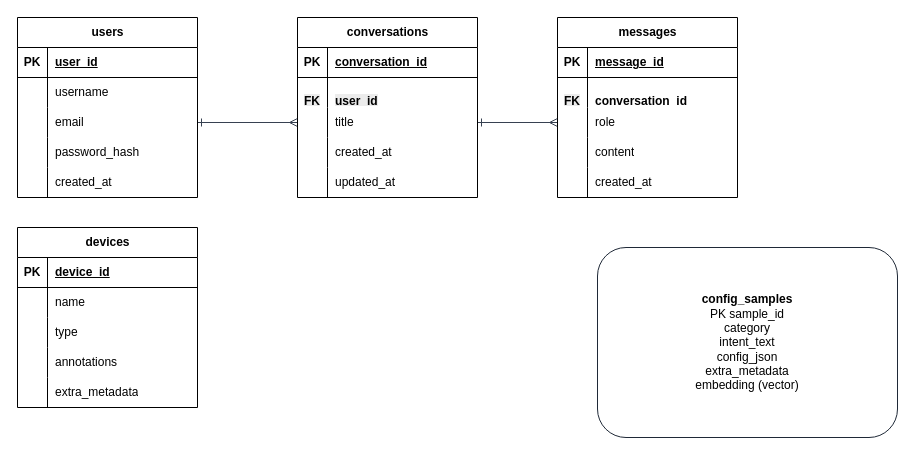
The draw.io diagram page "Copy of Page-1" (2 of 2) of diagram/ERD.drawio in THenryInGH/FYP, before the edit. Source tidied: cells renumbered, new cells numbered last; positions are measured from the earlier drawing's top-left corner, leaving out a move shared by most shapes. Both pictures are drawn from the tidied source at 100%, with x=0, y=0 at pixel (17, 17).
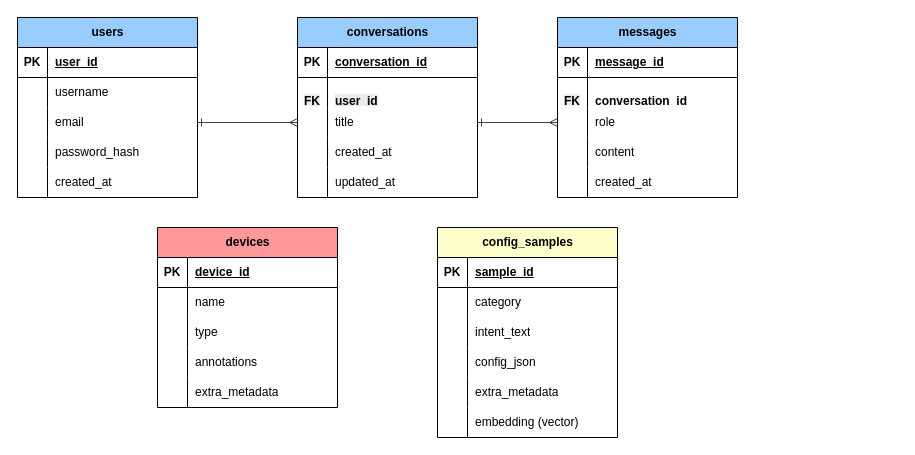
After the change.

Change to the diagram source:
```diff
@@
-    <mxCell id="2" value="&lt;b&gt;config_samples&lt;/b&gt;&lt;br/&gt;PK sample_id&lt;br/&gt;category&lt;br/&gt;intent_text&lt;br/&gt;config_json&lt;br/&gt;extra_metadata&lt;br/&gt;embedding (vector)" style="rounded=1;whiteSpace=wrap;html=1;fillColor=#ffffff;strokeColor=#1f2937;" parent="1" vertex="1">
-      <mxGeometry x="580" y="230" width="300" height="190" as="geometry" />
-    </mxCell>
@@
-    <mxCell id="5" value="&lt;b style=&quot;text-wrap-mode: wrap;&quot;&gt;users&lt;/b&gt;" style="shape=table;startSize=30;childLayout=tableLayout;rowLines=0;fontStyle=1;align=center;html=1;" parent="1" vertex="1">
+    <mxCell id="5" value="&lt;b style=&quot;text-wrap-mode: wrap;&quot;&gt;users&lt;/b&gt;" style="shape=table;startSize=30;childLayout=tableLayout;rowLines=0;fontStyle=1;align=center;html=1;fillColor=#99CCFF;" parent="1" vertex="1">
       <mxGeometry width="180" height="180" as="geometry" />
     </mxCell>
@@
-    <mxCell id="21" value="&lt;b style=&quot;text-wrap-mode: wrap;&quot;&gt;devices&lt;/b&gt;" style="shape=table;startSize=30;childLayout=tableLayout;rowLines=0;fontStyle=1;align=center;html=1;" parent="1" vertex="1">
-      <mxGeometry y="210" width="180" height="180" as="geometry" />
+    <mxCell id="21" value="&lt;b style=&quot;text-wrap-mode: wrap;&quot;&gt;devices&lt;/b&gt;" style="shape=table;startSize=30;childLayout=tableLayout;rowLines=0;fontStyle=1;align=center;html=1;fillColor=#FF9999;" parent="1" vertex="1">
+      <mxGeometry x="140" y="210" width="180" height="180" as="geometry" />
     </mxCell>
@@
-    <mxCell id="37" value="&lt;b style=&quot;text-wrap-mode: wrap;&quot;&gt;conversations&lt;/b&gt;" style="shape=table;startSize=30;childLayout=tableLayout;rowLines=0;fontStyle=1;align=center;html=1;" parent="1" vertex="1">
+    <mxCell id="37" value="&lt;b style=&quot;text-wrap-mode: wrap;&quot;&gt;conversations&lt;/b&gt;" style="shape=table;startSize=30;childLayout=tableLayout;rowLines=0;fontStyle=1;align=center;html=1;fillColor=#99CCFF;" parent="1" vertex="1">
       <mxGeometry x="280" width="180" height="180" as="geometry" />
     </mxCell>
@@
-    <mxCell id="53" value="&lt;b style=&quot;text-wrap-mode: wrap;&quot;&gt;messages&lt;/b&gt;" style="shape=table;startSize=30;childLayout=tableLayout;rowLines=0;fontStyle=1;align=center;html=1;" parent="1" vertex="1">
+    <mxCell id="53" value="&lt;b style=&quot;text-wrap-mode: wrap;&quot;&gt;messages&lt;/b&gt;" style="shape=table;startSize=30;childLayout=tableLayout;rowLines=0;fontStyle=1;align=center;html=1;fillColor=#99CCFF;" parent="1" vertex="1">
       <mxGeometry x="540" width="180" height="180" as="geometry" />
     </mxCell>
@@
+    <mxCell id="69" value="&lt;b style=&quot;text-wrap-mode: wrap;&quot;&gt;config_samples&lt;/b&gt;" style="shape=table;startSize=30;childLayout=tableLayout;rowLines=0;fontStyle=1;align=center;html=1;fillColor=#FFFFCC;" parent="1" vertex="1">
+      <mxGeometry x="420" y="210" width="180" height="210" as="geometry" />
+    </mxCell>
+    <mxCell id="70" style="shape=tableRow;horizontal=0;startSize=0;swimlaneHead=0;swimlaneBody=0;fillColor=none;top=0;left=0;right=0;bottom=1;" parent="69" vertex="1">
+      <mxGeometry y="30" width="180" height="30" as="geometry" />
+    </mxCell>
+    <mxCell id="71" value="PK" style="shape=partialRectangle;fillColor=none;top=0;left=0;bottom=0;right=0;fontStyle=1;overflow=hidden;whiteSpace=wrap;html=1;" parent="70" vertex="1">
+      <mxGeometry width="30" height="30" as="geometry" />
+    </mxCell>
+    <mxCell id="72" value="&lt;span style=&quot;text-align: center;&quot;&gt;sample_id&lt;/span&gt;" style="shape=partialRectangle;fillColor=none;top=0;left=0;bottom=0;right=0;align=left;spacingLeft=6;fontStyle=5;overflow=hidden;whiteSpace=wrap;html=1;" parent="70" vertex="1">
+      <mxGeometry x="30" width="150" height="30" as="geometry" />
+    </mxCell>
+    <mxCell id="73" style="shape=tableRow;horizontal=0;startSize=0;swimlaneHead=0;swimlaneBody=0;fillColor=none;top=0;left=0;right=0;bottom=0;" parent="69" vertex="1">
+      <mxGeometry y="60" width="180" height="30" as="geometry" />
+    </mxCell>
+    <mxCell id="74" style="shape=partialRectangle;fillColor=none;top=0;left=0;bottom=0;right=0;overflow=hidden;whiteSpace=wrap;html=1;" parent="73" vertex="1">
+      <mxGeometry width="30" height="30" as="geometry" />
+    </mxCell>
+    <mxCell id="75" value="&lt;span style=&quot;text-align: center;&quot;&gt;category&lt;/span&gt;" style="shape=partialRectangle;fillColor=none;top=0;left=0;bottom=0;right=0;align=left;spacingLeft=6;overflow=hidden;whiteSpace=wrap;html=1;" parent="73" vertex="1">
+      <mxGeometry x="30" width="150" height="30" as="geometry" />
+    </mxCell>
+    <mxCell id="76" style="shape=tableRow;horizontal=0;startSize=0;swimlaneHead=0;swimlaneBody=0;fillColor=none;top=0;left=0;right=0;bottom=0;" parent="69" vertex="1">
+      <mxGeometry y="90" width="180" height="30" as="geometry" />
+    </mxCell>
+    <mxCell id="77" style="shape=partialRectangle;fillColor=none;top=0;left=0;bottom=0;right=0;overflow=hidden;whiteSpace=wrap;html=1;" parent="76" vertex="1">
+      <mxGeometry width="30" height="30" as="geometry" />
+    </mxCell>
+    <mxCell id="78" value="&lt;span style=&quot;text-align: center;&quot;&gt;intent_text&lt;/span&gt;" style="shape=partialRectangle;fillColor=none;top=0;left=0;bottom=0;right=0;align=left;spacingLeft=6;overflow=hidden;whiteSpace=wrap;html=1;" parent="76" vertex="1">
+      <mxGeometry x="30" width="150" height="30" as="geometry" />
+    </mxCell>
+    <mxCell id="79" style="shape=tableRow;horizontal=0;startSize=0;swimlaneHead=0;swimlaneBody=0;fillColor=none;top=0;left=0;right=0;bottom=0;" parent="69" vertex="1">
+      <mxGeometry y="120" width="180" height="30" as="geometry" />
+    </mxCell>
+    <mxCell id="80" style="shape=partialRectangle;fillColor=none;top=0;left=0;bottom=0;right=0;overflow=hidden;whiteSpace=wrap;html=1;" parent="79" vertex="1">
+      <mxGeometry width="30" height="30" as="geometry" />
+    </mxCell>
+    <mxCell id="81" value="&lt;span style=&quot;text-align: center;&quot;&gt;config_json&lt;/span&gt;" style="shape=partialRectangle;fillColor=none;top=0;left=0;bottom=0;right=0;align=left;spacingLeft=6;overflow=hidden;whiteSpace=wrap;html=1;" parent="79" vertex="1">
+      <mxGeometry x="30" width="150" height="30" as="geometry" />
+    </mxCell>
+    <mxCell id="82" style="shape=tableRow;horizontal=0;startSize=0;swimlaneHead=0;swimlaneBody=0;fillColor=none;top=0;left=0;right=0;bottom=0;" parent="69" vertex="1">
+      <mxGeometry y="150" width="180" height="30" as="geometry" />
+    </mxCell>
+    <mxCell id="83" style="shape=partialRectangle;fillColor=none;top=0;left=0;bottom=0;right=0;overflow=hidden;whiteSpace=wrap;html=1;" parent="82" vertex="1">
+      <mxGeometry width="30" height="30" as="geometry" />
+    </mxCell>
+    <mxCell id="84" value="&lt;span style=&quot;text-align: center;&quot;&gt;extra_metadata&lt;/span&gt;" style="shape=partialRectangle;fillColor=none;top=0;left=0;bottom=0;right=0;align=left;spacingLeft=6;overflow=hidden;whiteSpace=wrap;html=1;" parent="82" vertex="1">
+      <mxGeometry x="30" width="150" height="30" as="geometry" />
+    </mxCell>
+    <mxCell id="85" style="shape=tableRow;horizontal=0;startSize=0;swimlaneHead=0;swimlaneBody=0;fillColor=none;top=0;left=0;right=0;bottom=0;" parent="69" vertex="1">
+      <mxGeometry y="180" width="180" height="30" as="geometry" />
+    </mxCell>
+    <mxCell id="86" style="shape=partialRectangle;fillColor=none;top=0;left=0;bottom=0;right=0;overflow=hidden;whiteSpace=wrap;html=1;" parent="85" vertex="1">
+      <mxGeometry width="30" height="30" as="geometry" />
+    </mxCell>
+    <mxCell id="87" value="&lt;span style=&quot;text-align: center;&quot;&gt;embedding (vector)&lt;/span&gt;" style="shape=partialRectangle;fillColor=none;top=0;left=0;bottom=0;right=0;align=left;spacingLeft=6;overflow=hidden;whiteSpace=wrap;html=1;" parent="85" vertex="1">
+      <mxGeometry x="30" width="150" height="30" as="geometry" />
+    </mxCell>
```
